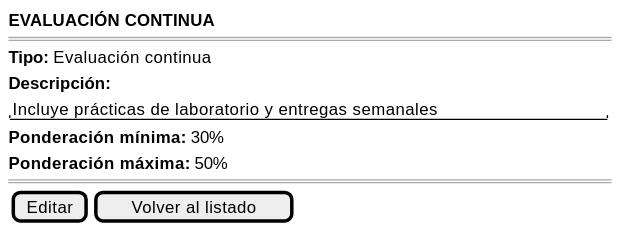
mmasias/pyCeldaPublico keeps this PlantUML diagram as images/RUP/01-requisitos/03-detalle-casos-uso/abrirSistemaEvaluacion/wireframe.svg. Above is the earlier version.
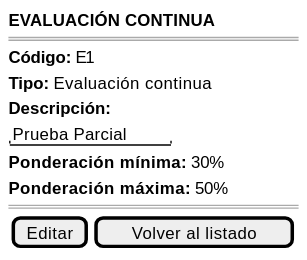
The same file after the commit.

Change to the diagram source:
```diff
@@ -2,9 +2,10 @@
 {
     <b>EVALUACIÓN CONTINUA</b>
     ====
+    <b>Código:</b> E1
     <b>Tipo:</b> Evaluación continua
     <b>Descripción:</b>
-    "Incluye prácticas de laboratorio y entregas semanales"
+    "Prueba Parcial"
     <b>Ponderación mínima:</b> 30%
     <b>Ponderación máxima:</b> 50%
     ====
```
